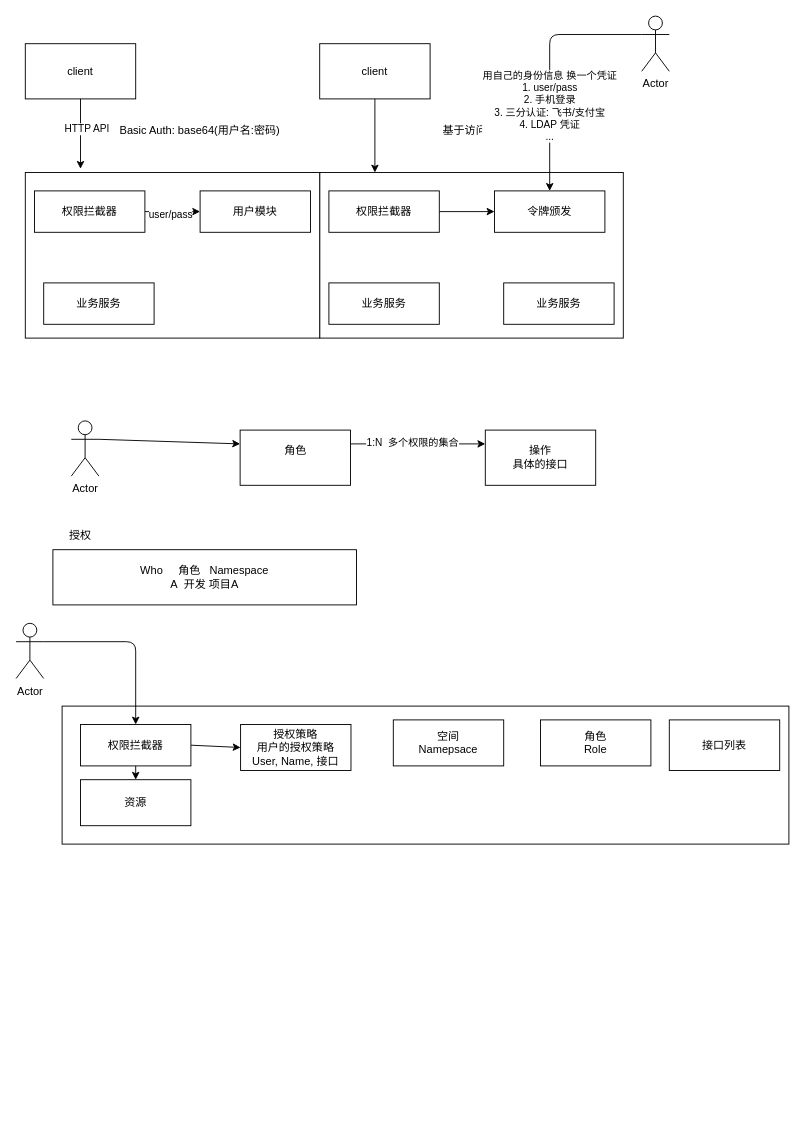
Earlier version of the draw.io diagram devcloud/mcenter/design.drawio (is-Xiaoen/DevCloud). Source tidied: cells renumbered, new cells numbered last; positions are measured from the earlier drawing's top-left corner, leaving out a move shared by most shapes. Both pictures are drawn from the tidied source at 92%, with x=0, y=0 at pixel (16, 16).
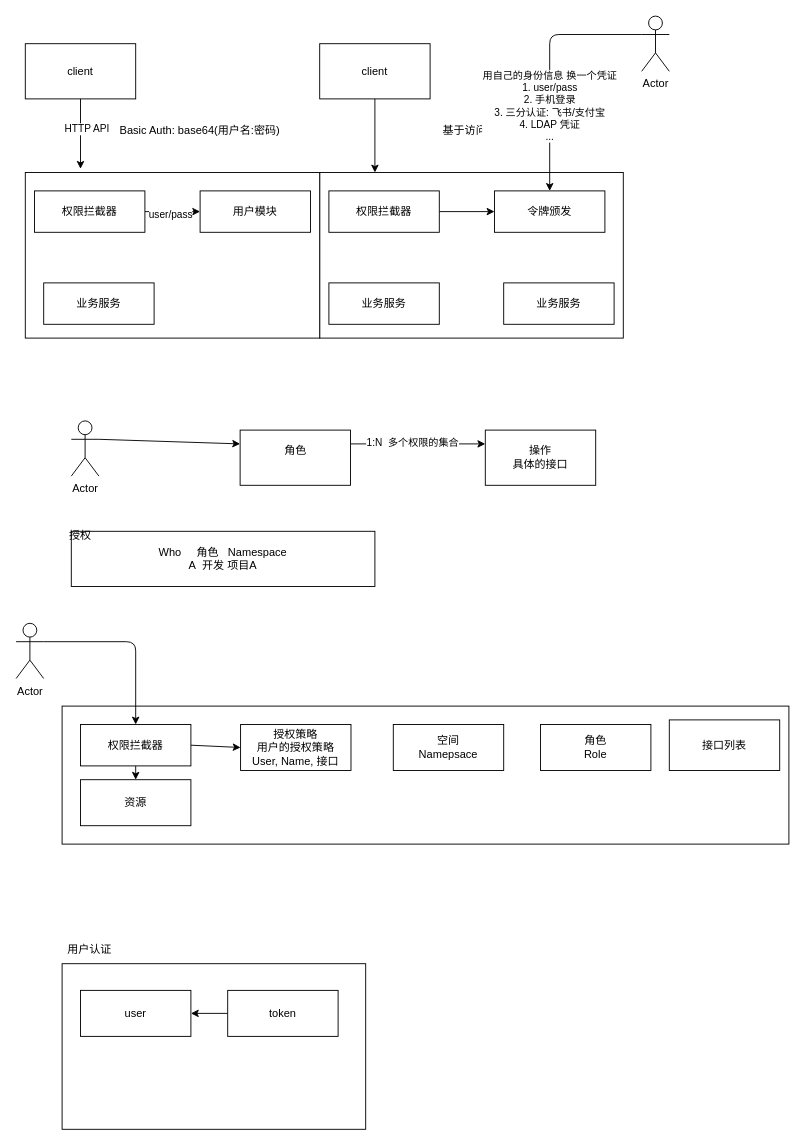
The same page after the edit.

What changed in the source:
```diff
@@
     <mxCell id="27" value="Who&amp;nbsp; &amp;nbsp; &amp;nbsp;角色&amp;nbsp; &amp;nbsp;Namespace&lt;div&gt;A&amp;nbsp; 开发 项目A&lt;/div&gt;" style="rounded=0;whiteSpace=wrap;html=1;" parent="1" vertex="1">
-      <mxGeometry x="40" y="580" width="330" height="60" as="geometry" />
+      <mxGeometry x="60" y="560" width="330" height="60" as="geometry" />
     </mxCell>
@@
     <mxCell id="40" value="空间&lt;div&gt;Namepsace&lt;/div&gt;" style="rounded=0;whiteSpace=wrap;html=1;" parent="1" vertex="1">
-      <mxGeometry x="410" y="765" width="120" height="50" as="geometry" />
+      <mxGeometry x="410" y="770" width="120" height="50" as="geometry" />
     </mxCell>
     <mxCell id="41" value="角色&lt;div&gt;Role&lt;/div&gt;" style="rounded=0;whiteSpace=wrap;html=1;" parent="1" vertex="1">
-      <mxGeometry x="570" y="765" width="120" height="50" as="geometry" />
+      <mxGeometry x="570" y="770" width="120" height="50" as="geometry" />
     </mxCell>
@@
+    <mxCell id="43" style="rounded=0;whiteSpace=wrap;html=1;" parent="1" vertex="1">
+      <mxGeometry x="50" y="1030" width="330" height="180" as="geometry" />
+    </mxCell>
+    <mxCell id="44" value="用户认证" style="text;html=1;align=center;verticalAlign=middle;whiteSpace=wrap;rounded=0;" parent="1" vertex="1">
+      <mxGeometry x="50" y="1000" width="60" height="30" as="geometry" />
+    </mxCell>
+    <mxCell id="45" style="edgeStyle=none;html=1;exitX=0;exitY=0.5;exitDx=0;exitDy=0;" parent="1" edge="1" source="46" target="47">
+      <mxGeometry relative="1" as="geometry" />
+    </mxCell>
+    <mxCell id="46" value="token" style="rounded=0;whiteSpace=wrap;html=1;" parent="1" vertex="1">
+      <mxGeometry x="230" y="1059" width="120" height="50" as="geometry" />
+    </mxCell>
+    <mxCell id="47" value="user" style="rounded=0;whiteSpace=wrap;html=1;" parent="1" vertex="1">
+      <mxGeometry x="70" y="1059" width="120" height="50" as="geometry" />
+    </mxCell>
```
